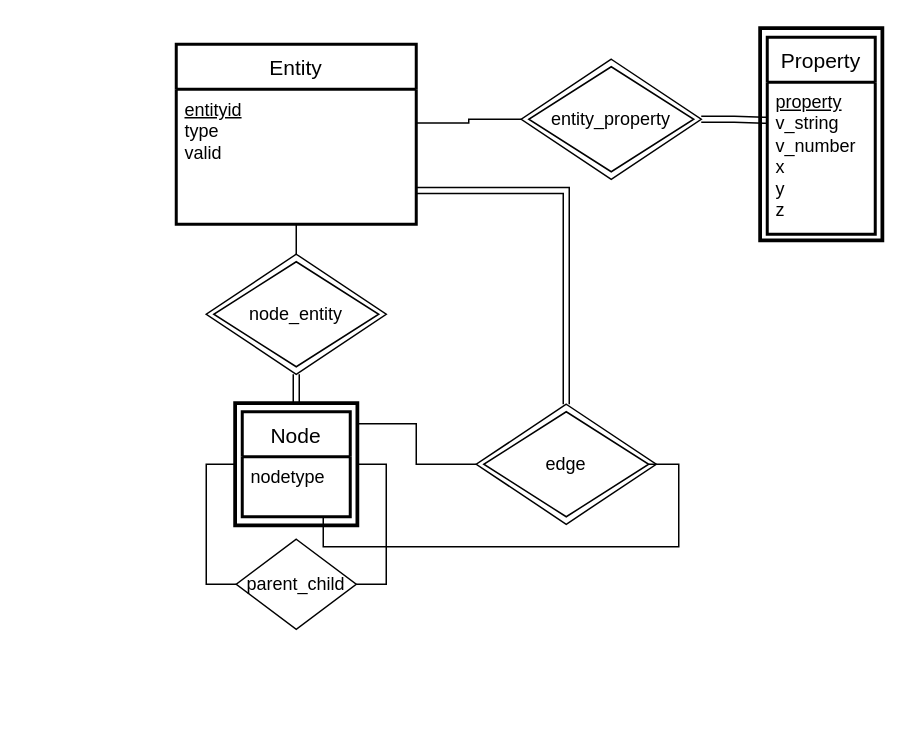
mapper1024/mapper1024 keeps this draw.io diagram as diagrams/database.drawio. Above is the earlier version. Source tidied: cells renumbered, new cells numbered last; positions are measured from the earlier drawing's top-left corner, leaving out a move shared by most shapes. Both pictures are drawn from the tidied source at 150%, with x=0, y=0 at pixel (176, 28).
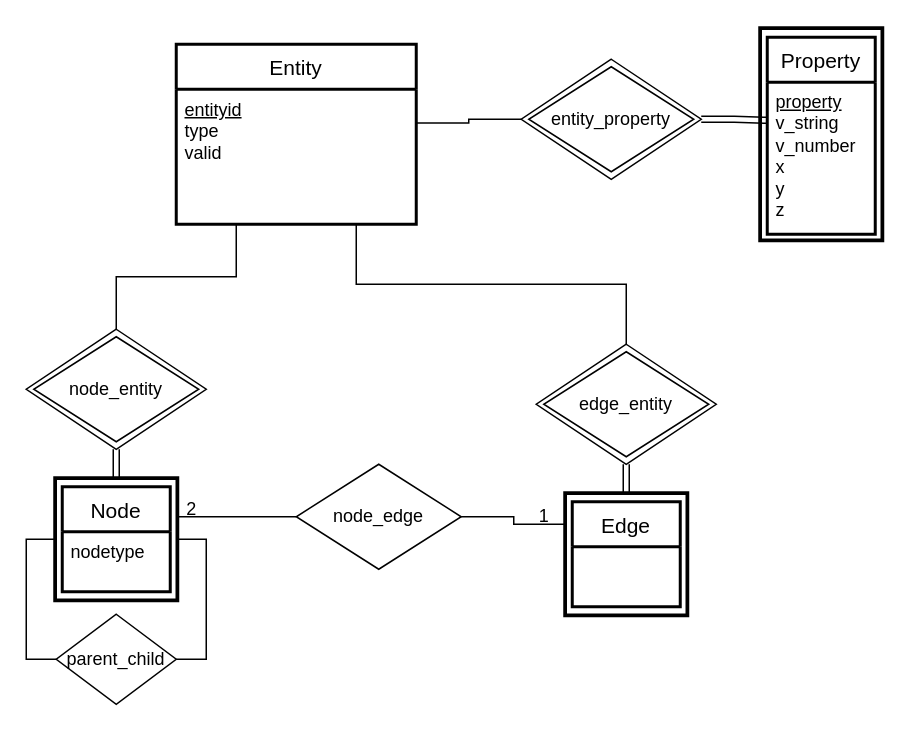
The same diagram, later.

Commit message (it also covers changes not shown here):
Clean up database design of edges.

Unchanged cells that the change refers to:
```xml
<mxCell id="3" value="&lt;u&gt;entityid&lt;/u&gt;&lt;br&gt;type&lt;br&gt;valid" style="align=left;strokeColor=none;fillColor=none;spacingLeft=4;fontSize=12;verticalAlign=top;html=1;" parent="2" vertex="1">
  <mxGeometry y="30" width="160" height="90" as="geometry" />
</mxCell>
<mxCell id="5" style="rounded=0;whiteSpace=wrap;html=1;" parent="4" vertex="1">
  <mxGeometry width="80" height="80" as="geometry" />
</mxCell>
<mxCell id="7" value="nodetype&lt;br&gt;" style="align=left;strokeColor=none;fillColor=none;spacingLeft=4;fontSize=12;verticalAlign=top;html=1;" parent="6" vertex="1">
  <mxGeometry y="30" width="72" height="40" as="geometry" />
</mxCell>
<mxCell id="12" style="rhombus;whiteSpace=wrap;html=1;strokeColor=default;strokeWidth=1;" parent="11" vertex="1">
  <mxGeometry width="120" height="80" as="geometry" />
</mxCell>
```

What changed in the source:
```diff
@@
     <mxCell id="4" style="group;strokeWidth=4;strokeColor=default;" parent="1" vertex="1">
-      <mxGeometry x="40" y="250" width="80" height="80" as="geometry" />
+      <mxGeometry x="-80" y="300" width="80" height="80" as="geometry" />
     </mxCell>
@@
     <mxCell id="9" value="parent_child" style="rhombus;whiteSpace=wrap;html=1;strokeColor=default;strokeWidth=1;" parent="1" vertex="1">
-      <mxGeometry x="40" y="340" width="80" height="60" as="geometry" />
+      <mxGeometry x="-80" y="390" width="80" height="60" as="geometry" />
     </mxCell>
@@
     <mxCell id="11" style="group;" parent="1" vertex="1">
-      <mxGeometry x="20" y="150" width="120" height="80" as="geometry" />
+      <mxGeometry x="-100" y="200" width="120" height="80" as="geometry" />
     </mxCell>
@@
     <mxCell id="14" style="edgeStyle=orthogonalEdgeStyle;rounded=0;jettySize=auto;html=1;exitX=0.5;exitY=1;exitDx=0;exitDy=0;endArrow=none;endFill=0;shape=link;" parent="1" edge="1" source="12">
       <mxGeometry relative="1" as="geometry">
-        <mxPoint x="80" y="250" as="targetPoint" />
+        <mxPoint x="-40" y="300" as="targetPoint" />
       </mxGeometry>
     </mxCell>
     <mxCell id="15" style="edgeStyle=orthogonalEdgeStyle;rounded=0;jettySize=auto;html=1;exitX=0.5;exitY=0;exitDx=0;exitDy=0;entryX=0.5;entryY=1;entryDx=0;entryDy=0;endArrow=none;endFill=0;" parent="1" edge="1" source="12" target="3">
-      <mxGeometry relative="1" as="geometry" />
+      <mxGeometry relative="1" as="geometry">
+        <Array as="points">
+          <mxPoint x="-40" y="165" />
+          <mxPoint x="40" y="165" />
+          <mxPoint x="40" y="130" />
+        </Array>
+      </mxGeometry>
     </mxCell>
@@
-    <mxCell id="25" style="group;" parent="1" vertex="1">
-      <mxGeometry x="200" y="250" width="120" height="80" as="geometry" />
-    </mxCell>
+    <mxCell id="31" style="edgeStyle=orthogonalEdgeStyle;rounded=0;jettySize=auto;html=1;exitX=0;exitY=0.5;exitDx=0;exitDy=0;endArrow=none;endFill=0;" parent="1" edge="1" source="33">
+      <mxGeometry relative="1" as="geometry">
+        <mxPoint y="325" as="targetPoint" />
+      </mxGeometry>
+    </mxCell>
+    <mxCell id="32" style="edgeStyle=orthogonalEdgeStyle;rounded=0;jettySize=auto;html=1;exitX=1;exitY=0.5;exitDx=0;exitDy=0;entryX=0;entryY=0.25;entryDx=0;entryDy=0;endArrow=none;endFill=0;" parent="1" edge="1" source="33" target="36">
+      <mxGeometry relative="1" as="geometry" />
+    </mxCell>
+    <mxCell id="33" value="node_edge" style="rhombus;whiteSpace=wrap;html=1;strokeColor=default;strokeWidth=1;" parent="1" vertex="1">
+      <mxGeometry x="80" y="290" width="110" height="70" as="geometry" />
+    </mxCell>
+    <mxCell id="34" value="2" style="text;html=1;align=center;verticalAlign=middle;strokeColor=none;fillColor=none;" parent="1" vertex="1">
+      <mxGeometry x="-5" y="305" width="30" height="30" as="geometry" />
+    </mxCell>
+    <mxCell id="35" style="group;strokeWidth=4;strokeColor=default;" parent="1" vertex="1">
+      <mxGeometry x="260" y="310" width="80" height="80" as="geometry" />
+    </mxCell>
+    <mxCell id="36" style="rounded=0;whiteSpace=wrap;html=1;" parent="35" vertex="1">
+      <mxGeometry width="80" height="80" as="geometry" />
+    </mxCell>
+    <mxCell id="37" value="Edge" style="swimlane;horizontal=1;startSize=30;rounded=0;fontSize=14;fontStyle=0;strokeWidth=2;shadow=0;dashed=0;align=center;" parent="35" vertex="1">
+      <mxGeometry x="4" y="5" width="72" height="70" as="geometry" />
+    </mxCell>
+    <mxCell id="38" style="group;" parent="1" vertex="1">
+      <mxGeometry x="240" y="210" width="120" height="80" as="geometry" />
+    </mxCell>
-    <mxCell id="26" style="rhombus;whiteSpace=wrap;html=1;strokeColor=default;strokeWidth=1;" parent="25" vertex="1">
+    <mxCell id="26" style="rhombus;whiteSpace=wrap;html=1;strokeColor=default;strokeWidth=1;" parent="38" vertex="1">
       <mxGeometry width="120" height="80" as="geometry" />
     </mxCell>
-    <mxCell id="27" value="edge" style="rhombus;whiteSpace=wrap;html=1;strokeColor=default;strokeWidth=1;" parent="25" vertex="1">
-      <mxGeometry x="5" y="5" width="110" height="70" as="geometry" />
-    </mxCell>
-    <mxCell id="28" style="edgeStyle=orthogonalEdgeStyle;rounded=0;jettySize=auto;html=1;exitX=0;exitY=0.5;exitDx=0;exitDy=0;entryX=1;entryY=0.163;entryDx=0;entryDy=0;entryPerimeter=0;endArrow=none;endFill=0;" parent="1" edge="1" source="26" target="5">
-      <mxGeometry relative="1" as="geometry" />
-    </mxCell>
-    <mxCell id="29" style="edgeStyle=orthogonalEdgeStyle;rounded=0;jettySize=auto;html=1;exitX=1;exitY=0.5;exitDx=0;exitDy=0;entryX=0.75;entryY=1;entryDx=0;entryDy=0;endArrow=none;endFill=0;" parent="1" edge="1" source="27" target="7">
-      <mxGeometry relative="1" as="geometry" />
-    </mxCell>
+    <mxCell id="39" value="edge_entity" style="rhombus;whiteSpace=wrap;html=1;strokeColor=default;strokeWidth=1;" parent="38" vertex="1">
+      <mxGeometry x="5" y="5" width="110" height="70" as="geometry" />
+    </mxCell>
+    <mxCell id="40" style="edgeStyle=orthogonalEdgeStyle;rounded=0;jettySize=auto;html=1;exitX=0.5;exitY=1;exitDx=0;exitDy=0;endArrow=none;endFill=0;shape=link;" parent="1" edge="1" source="26">
+      <mxGeometry relative="1" as="geometry">
+        <mxPoint x="300" y="310" as="targetPoint" />
+      </mxGeometry>
+    </mxCell>
-    <mxCell id="30" style="edgeStyle=orthogonalEdgeStyle;rounded=0;jettySize=auto;html=1;exitX=0.5;exitY=0;exitDx=0;exitDy=0;endArrow=none;endFill=0;shape=link;entryX=1;entryY=0.75;entryDx=0;entryDy=0;" parent="1" edge="1" source="26" target="3">
+    <mxCell id="30" style="edgeStyle=orthogonalEdgeStyle;rounded=0;jettySize=auto;html=1;exitX=0.5;exitY=0;exitDx=0;exitDy=0;entryX=0.75;entryY=1;entryDx=0;entryDy=0;endArrow=none;endFill=0;" parent="1" edge="1" source="26" target="3">
       <mxGeometry relative="1" as="geometry" />
     </mxCell>
+    <mxCell id="41" value="1" style="text;html=1;align=center;verticalAlign=middle;strokeColor=none;fillColor=none;" parent="1" vertex="1">
+      <mxGeometry x="230" y="310" width="30" height="30" as="geometry" />
+    </mxCell>
```
